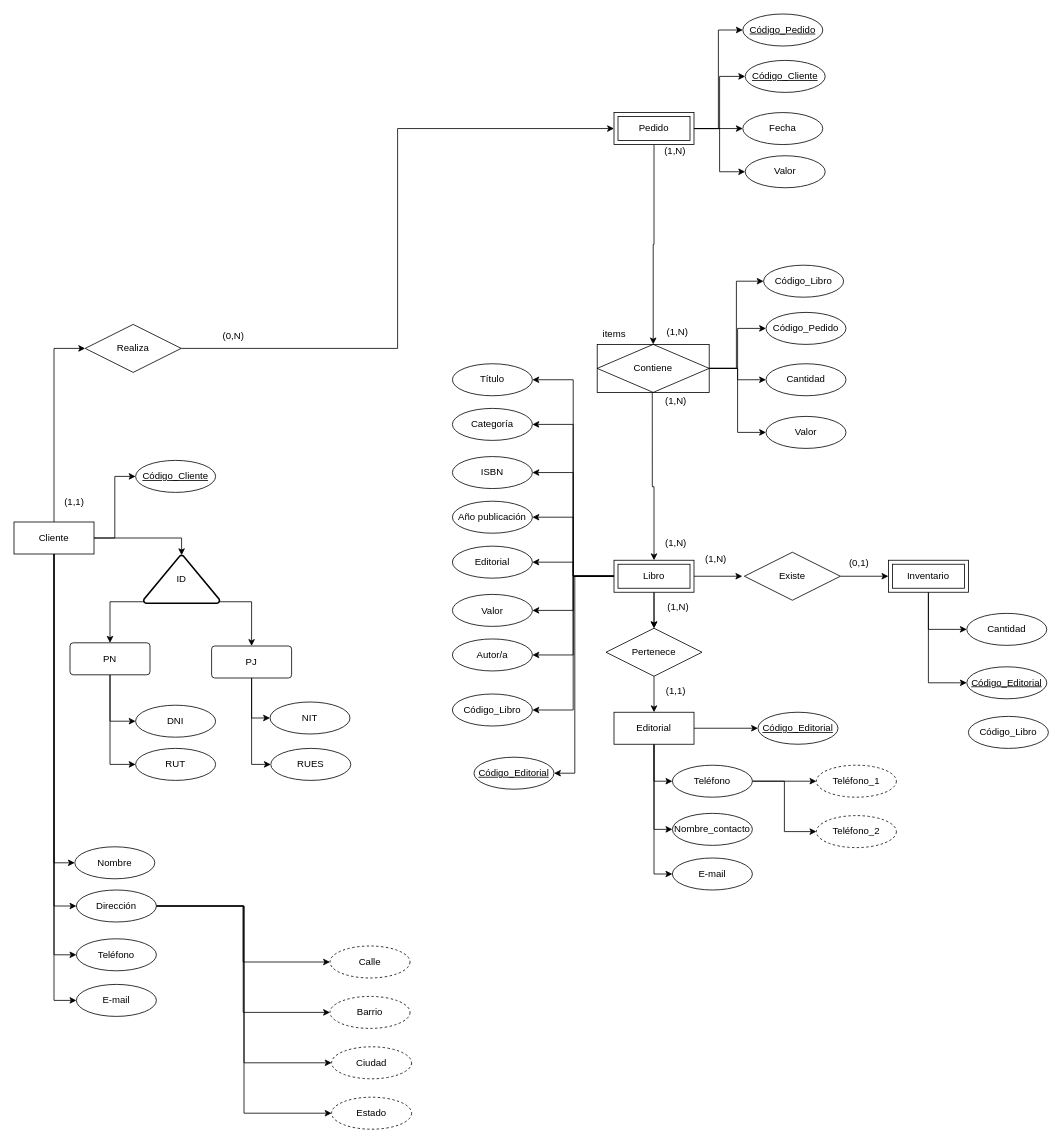
Above: Diagrama sin título.drawio in gabymr10/Modelado-de-Base-de-Datos (draw.io), before the change. Source tidied: cells renumbered, new cells numbered last; positions are measured from the earlier drawing's top-left corner, leaving out a move shared by most shapes. Both pictures are drawn from the tidied source at 80%, with x=0, y=0 at pixel (14, 14).
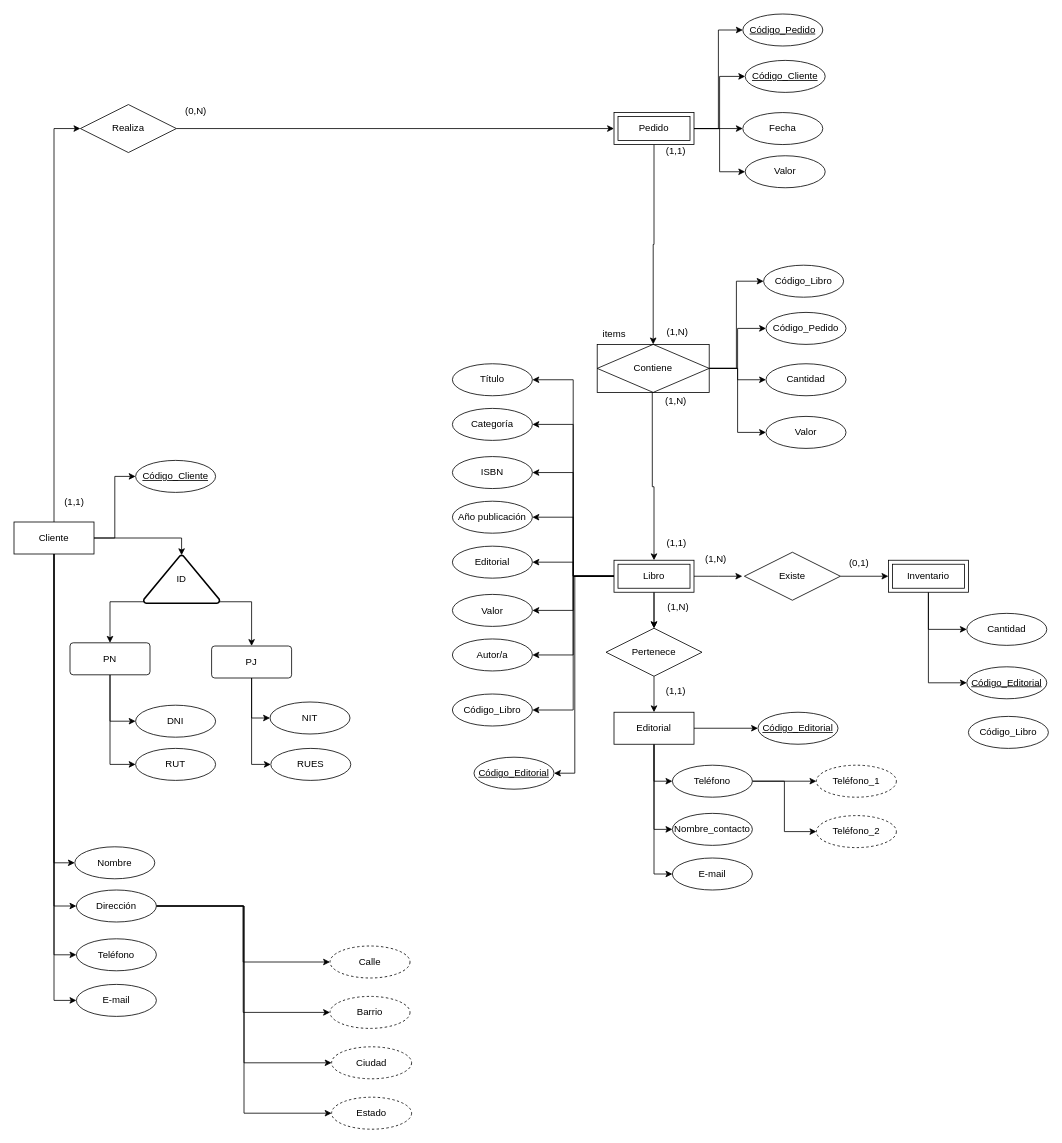
After the change.

What changed in the source:
```diff
@@
     <mxCell id="37" value="Realiza" style="shape=rhombus;perimeter=rhombusPerimeter;whiteSpace=wrap;html=1;align=center;" parent="1" vertex="1">
-      <mxGeometry x="89" y="388" width="120" height="60" as="geometry" />
+      <mxGeometry x="83" y="113.2" width="120" height="60" as="geometry" />
     </mxCell>
@@
     <mxCell id="39" value="(0,N)" style="text;html=1;align=center;verticalAlign=middle;strokeColor=none;fillColor=none;" parent="1" vertex="1">
-      <mxGeometry x="249" y="388" width="50" height="30" as="geometry" />
+      <mxGeometry x="202" y="106" width="50" height="30" as="geometry" />
     </mxCell>
@@
-    <mxCell id="41" value="(1,N)" style="text;html=1;align=center;verticalAlign=middle;strokeColor=none;fillColor=none;" parent="1" vertex="1">
-      <mxGeometry x="801" y="156.8" width="50" height="30" as="geometry" />
+    <mxCell id="41" value="(1,1)" style="text;html=1;align=center;verticalAlign=middle;strokeColor=none;fillColor=none;" parent="1" vertex="1">
+      <mxGeometry x="805" y="158.8" width="43" height="26" as="geometry" />
     </mxCell>
-    <mxCell id="42" value="(1,N)" style="text;html=1;align=center;verticalAlign=middle;strokeColor=none;fillColor=none;" parent="1" vertex="1">
-      <mxGeometry x="802" y="645.8" width="50" height="30" as="geometry" />
+    <mxCell id="42" value="(1,1)" style="text;html=1;align=center;verticalAlign=middle;strokeColor=none;fillColor=none;" parent="1" vertex="1">
+      <mxGeometry x="806" y="647.8" width="43" height="26" as="geometry" />
     </mxCell>
```
